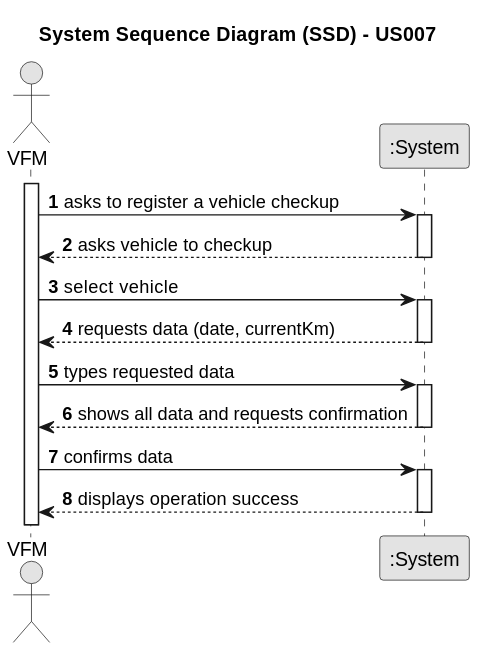
This is docs/sprintB/us007/01.requirements-engineering/svg/us007-system-sequence-diagram-alternative-one.svg from ricardomm7/leaflink, a PlantUML export, as it was before one commit.
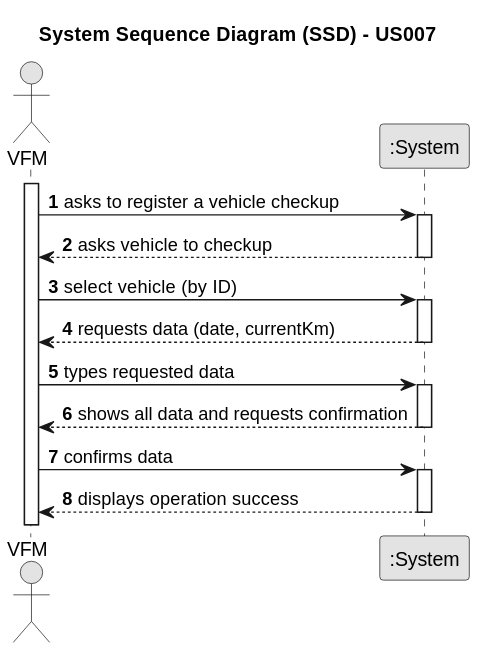
After the commit.

Diff of the diagram source:
```diff
@@ -17,7 +17,7 @@
 
     System --> VFM : asks vehicle to checkup
         deactivate System
-    VFM -> System : select  vehicle
+    VFM -> System : select  vehicle (by ID)
     activate System
 
     System --> VFM : requests data (date, currentKm)
```
